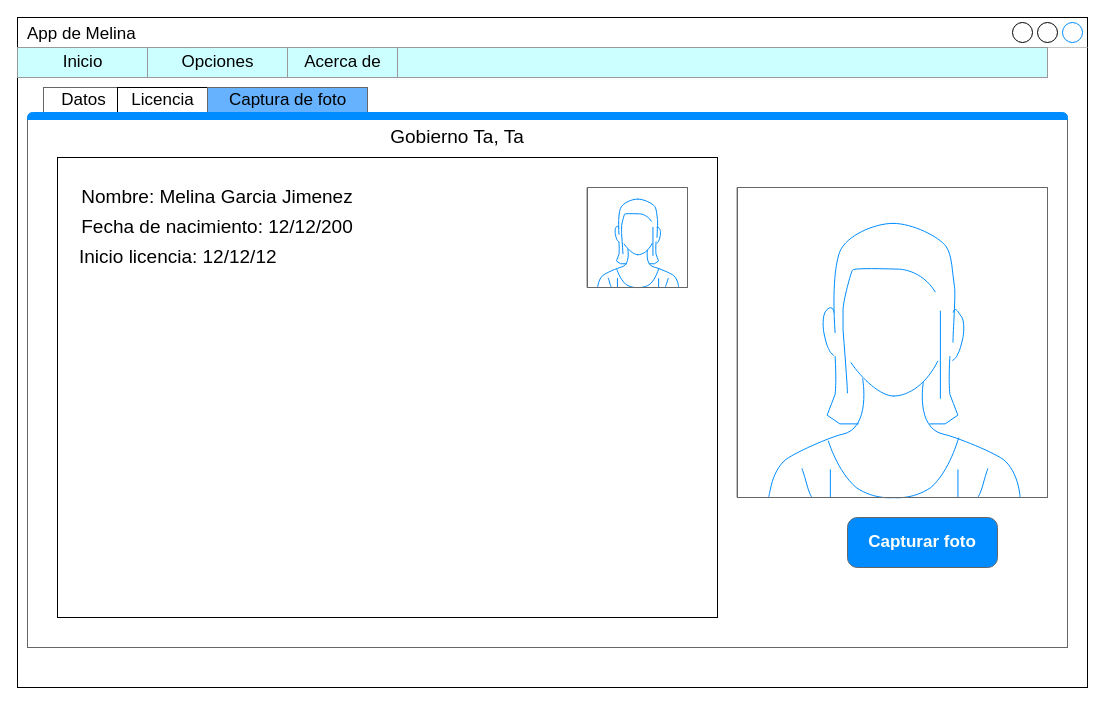
This is src/img/GUI_foto.drawio from mateomtz199/Tarea1_f, a draw.io file, before an edit. Source tidied: cells renumbered, new cells numbered last; positions are measured from the earlier drawing's top-left corner, leaving out a move shared by most shapes. Both pictures are drawn from the tidied source at 100%, with x=0, y=0 at pixel (17, 17).
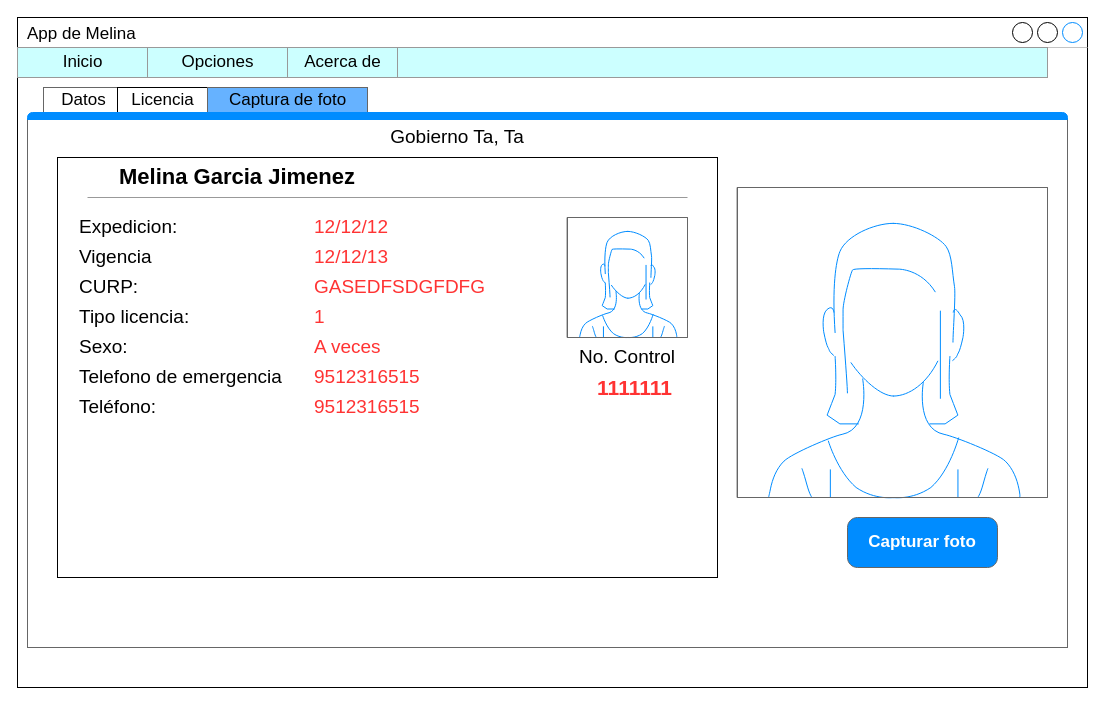
Above is the later version.

Unchanged cells that the change refers to:
```xml
<mxCell id="3" style="strokeWidth=1;shadow=0;dashed=0;align=center;html=1;shape=mxgraph.mockup.containers.marginRect2;rectMarginTop=32;strokeColor=#666666;gradientColor=none;" parent="1" vertex="1">
  <mxGeometry x="10" y="70" width="1040" height="560" as="geometry" />
</mxCell>
```

What changed in the source:
```diff
@@
     <mxCell id="4" style="rounded=0;whiteSpace=wrap;html=1;fillColor=#FFFFFF;" parent="3" vertex="1">
-      <mxGeometry x="30" y="70" width="660" height="460" as="geometry" />
+      <mxGeometry x="30" y="70" width="660" height="420" as="geometry" />
     </mxCell>
@@
-    <mxCell id="9" value="Nombre: Melina Garcia Jimenez" style="text;html=1;strokeColor=none;fillColor=none;align=center;verticalAlign=middle;whiteSpace=wrap;rounded=0;fontColor=#000000;fontSize=19;" parent="3" vertex="1">
-      <mxGeometry x="40" y="100" width="300" height="20" as="geometry" />
+    <mxCell id="9" value="&lt;b&gt;&lt;font style=&quot;font-size: 22px&quot;&gt;Melina Garcia Jimenez&lt;/font&gt;&lt;/b&gt;" style="text;html=1;strokeColor=none;fillColor=none;align=left;verticalAlign=middle;whiteSpace=wrap;rounded=0;fontColor=#000000;fontSize=19;" parent="3" vertex="1">
+      <mxGeometry x="90" y="80" width="320" height="20" as="geometry" />
     </mxCell>
     <mxCell id="10" style="verticalLabelPosition=bottom;shadow=0;dashed=0;align=center;html=1;verticalAlign=top;strokeWidth=1;shape=mxgraph.mockup.containers.userFemale;strokeColor=#666666;strokeColor2=#008cff;fillColor=#FFFFFF;" parent="3" vertex="1">
-      <mxGeometry x="560" y="100" width="100" height="100" as="geometry" />
+      <mxGeometry x="540" y="130" width="120" height="120" as="geometry" />
     </mxCell>
@@
-    <mxCell id="13" value="Fecha de nacimiento: 12/12/200" style="text;html=1;strokeColor=none;fillColor=none;align=center;verticalAlign=middle;whiteSpace=wrap;rounded=0;fontColor=#000000;fontSize=19;" parent="3" vertex="1">
-      <mxGeometry x="50" y="130" width="280" height="20" as="geometry" />
+    <mxCell id="13" value="Expedicion:" style="text;html=1;strokeColor=none;fillColor=none;align=left;verticalAlign=middle;whiteSpace=wrap;rounded=0;fontColor=#000000;fontSize=19;" parent="3" vertex="1">
+      <mxGeometry x="50" y="130" width="100" height="20" as="geometry" />
     </mxCell>
@@
-    <mxCell id="15" value="Inicio licencia: 12/12/12" style="text;html=1;strokeColor=none;fillColor=none;align=left;verticalAlign=middle;whiteSpace=wrap;rounded=0;fontColor=#000000;fontSize=19;" parent="3" vertex="1">
-      <mxGeometry x="50" y="160" width="210" height="20" as="geometry" />
+    <mxCell id="15" value="Vigencia" style="text;html=1;strokeColor=none;fillColor=none;align=left;verticalAlign=middle;whiteSpace=wrap;rounded=0;fontColor=#000000;fontSize=19;" parent="3" vertex="1">
+      <mxGeometry x="50" y="160" width="80" height="20" as="geometry" />
     </mxCell>
+    <mxCell id="20" style="verticalLabelPosition=bottom;shadow=0;dashed=0;align=center;html=1;verticalAlign=top;strokeWidth=1;shape=mxgraph.mockup.markup.line;strokeColor=#999999;fillColor=#FFFFFF;" parent="3" vertex="1">
+      <mxGeometry x="60" y="100" width="600" height="20" as="geometry" />
+    </mxCell>
+    <mxCell id="21" value="CURP:" style="text;html=1;strokeColor=none;fillColor=none;align=left;verticalAlign=middle;whiteSpace=wrap;rounded=0;fontColor=#000000;fontSize=19;" parent="3" vertex="1">
+      <mxGeometry x="50" y="190" width="80" height="20" as="geometry" />
+    </mxCell>
+    <mxCell id="22" value="Tipo licencia:" style="text;html=1;strokeColor=none;fillColor=none;align=left;verticalAlign=middle;whiteSpace=wrap;rounded=0;fontColor=#000000;fontSize=19;" parent="3" vertex="1">
+      <mxGeometry x="50" y="220" width="120" height="20" as="geometry" />
+    </mxCell>
+    <mxCell id="23" value="Sexo:" style="text;html=1;strokeColor=none;fillColor=none;align=left;verticalAlign=middle;whiteSpace=wrap;rounded=0;fontColor=#000000;fontSize=19;" parent="3" vertex="1">
+      <mxGeometry x="50" y="250" width="120" height="20" as="geometry" />
+    </mxCell>
+    <mxCell id="24" value="Telefono de emergencia" style="text;html=1;strokeColor=none;fillColor=none;align=left;verticalAlign=middle;whiteSpace=wrap;rounded=0;fontColor=#000000;fontSize=19;" parent="3" vertex="1">
+      <mxGeometry x="50" y="280" width="210" height="20" as="geometry" />
+    </mxCell>
+    <mxCell id="25" value="Teléfono:" style="text;html=1;strokeColor=none;fillColor=none;align=left;verticalAlign=middle;whiteSpace=wrap;rounded=0;fontColor=#000000;fontSize=19;" parent="3" vertex="1">
+      <mxGeometry x="50" y="310" width="210" height="20" as="geometry" />
+    </mxCell>
+    <mxCell id="26" value="No. Control" style="text;html=1;strokeColor=none;fillColor=none;align=left;verticalAlign=middle;whiteSpace=wrap;rounded=0;fontColor=#000000;fontSize=19;" parent="3" vertex="1">
+      <mxGeometry x="550" y="260" width="115" height="20" as="geometry" />
+    </mxCell>
+    <mxCell id="27" value="1111111" style="text;html=1;strokeColor=none;fillColor=none;align=center;verticalAlign=middle;whiteSpace=wrap;rounded=0;fontColor=#FF3333;fontSize=21;fontStyle=1;" parent="3" vertex="1">
+      <mxGeometry x="550" y="290" width="115" height="20" as="geometry" />
+    </mxCell>
+    <mxCell id="28" value="12/12/12" style="text;html=1;strokeColor=none;fillColor=none;align=left;verticalAlign=middle;whiteSpace=wrap;rounded=0;fontColor=#FF3333;fontSize=19;" parent="3" vertex="1">
+      <mxGeometry x="285" y="130" width="100" height="20" as="geometry" />
+    </mxCell>
+    <mxCell id="29" value="12/12/13" style="text;html=1;strokeColor=none;fillColor=none;align=left;verticalAlign=middle;whiteSpace=wrap;rounded=0;fontColor=#FF3333;fontSize=19;" parent="3" vertex="1">
+      <mxGeometry x="285" y="160" width="100" height="20" as="geometry" />
+    </mxCell>
+    <mxCell id="30" value="GASEDFSDGFDFG" style="text;html=1;strokeColor=none;fillColor=none;align=left;verticalAlign=middle;whiteSpace=wrap;rounded=0;fontColor=#FF3333;fontSize=19;" parent="3" vertex="1">
+      <mxGeometry x="285" y="190" width="100" height="20" as="geometry" />
+    </mxCell>
+    <mxCell id="31" value="1" style="text;html=1;strokeColor=none;fillColor=none;align=left;verticalAlign=middle;whiteSpace=wrap;rounded=0;fontColor=#FF3333;fontSize=19;" parent="3" vertex="1">
+      <mxGeometry x="285" y="220" width="100" height="20" as="geometry" />
+    </mxCell>
+    <mxCell id="32" value="A veces" style="text;html=1;strokeColor=none;fillColor=none;align=left;verticalAlign=middle;whiteSpace=wrap;rounded=0;fontColor=#FF3333;fontSize=19;" parent="3" vertex="1">
+      <mxGeometry x="285" y="250" width="100" height="20" as="geometry" />
+    </mxCell>
+    <mxCell id="33" value="9512316515" style="text;html=1;strokeColor=none;fillColor=none;align=left;verticalAlign=middle;whiteSpace=wrap;rounded=0;fontColor=#FF3333;fontSize=19;" parent="3" vertex="1">
+      <mxGeometry x="285" y="280" width="100" height="20" as="geometry" />
+    </mxCell>
+    <mxCell id="34" value="9512316515" style="text;html=1;strokeColor=none;fillColor=none;align=left;verticalAlign=middle;whiteSpace=wrap;rounded=0;fontColor=#FF3333;fontSize=19;" parent="3" vertex="1">
+      <mxGeometry x="285" y="310" width="100" height="20" as="geometry" />
+    </mxCell>
```
